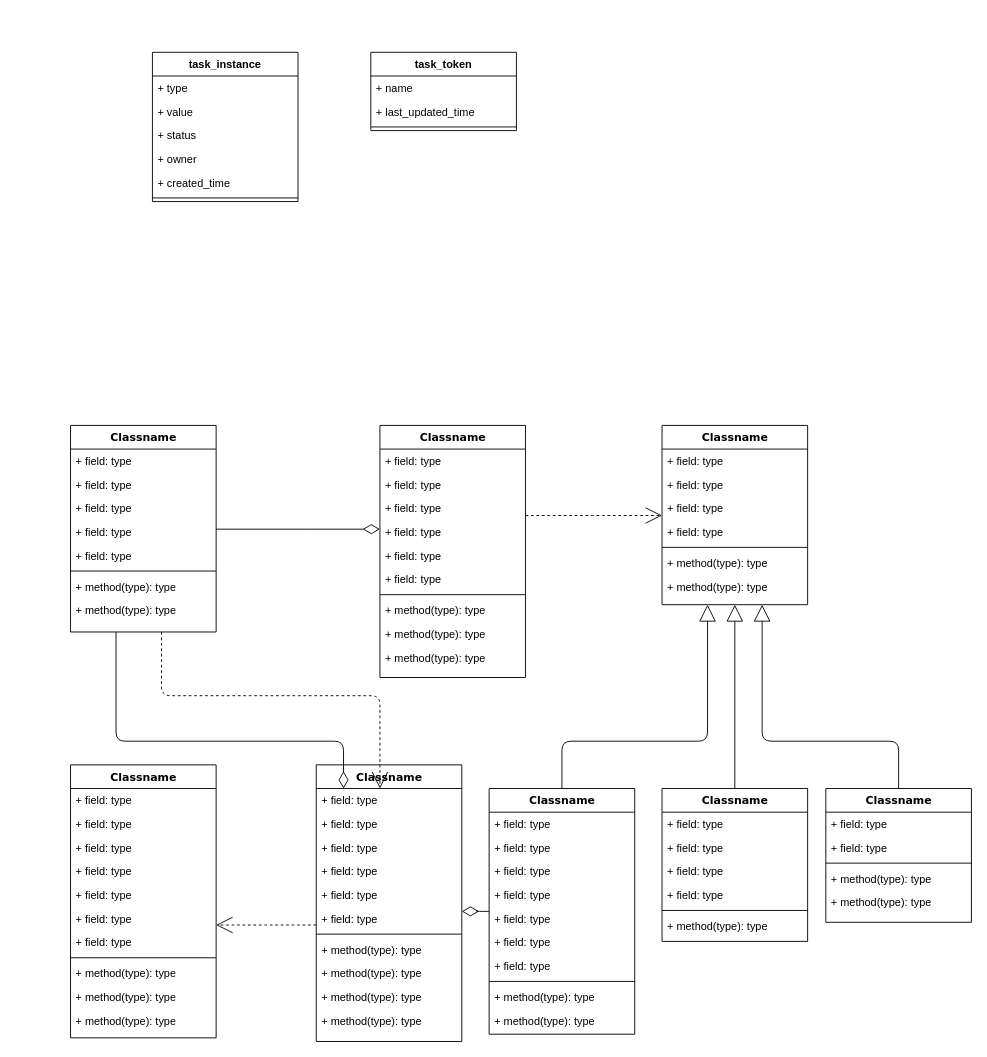
The draw.io diagram job-master/graph/sys_design.drawio in rockwxp/Token-Job-Monitor, before the edit. Source tidied: cells renumbered, new cells numbered last; positions are measured from the earlier drawing's top-left corner, leaving out a move shared by most shapes. Both pictures are drawn from the tidied source at 91%, with x=0, y=0 at pixel (70, 52).
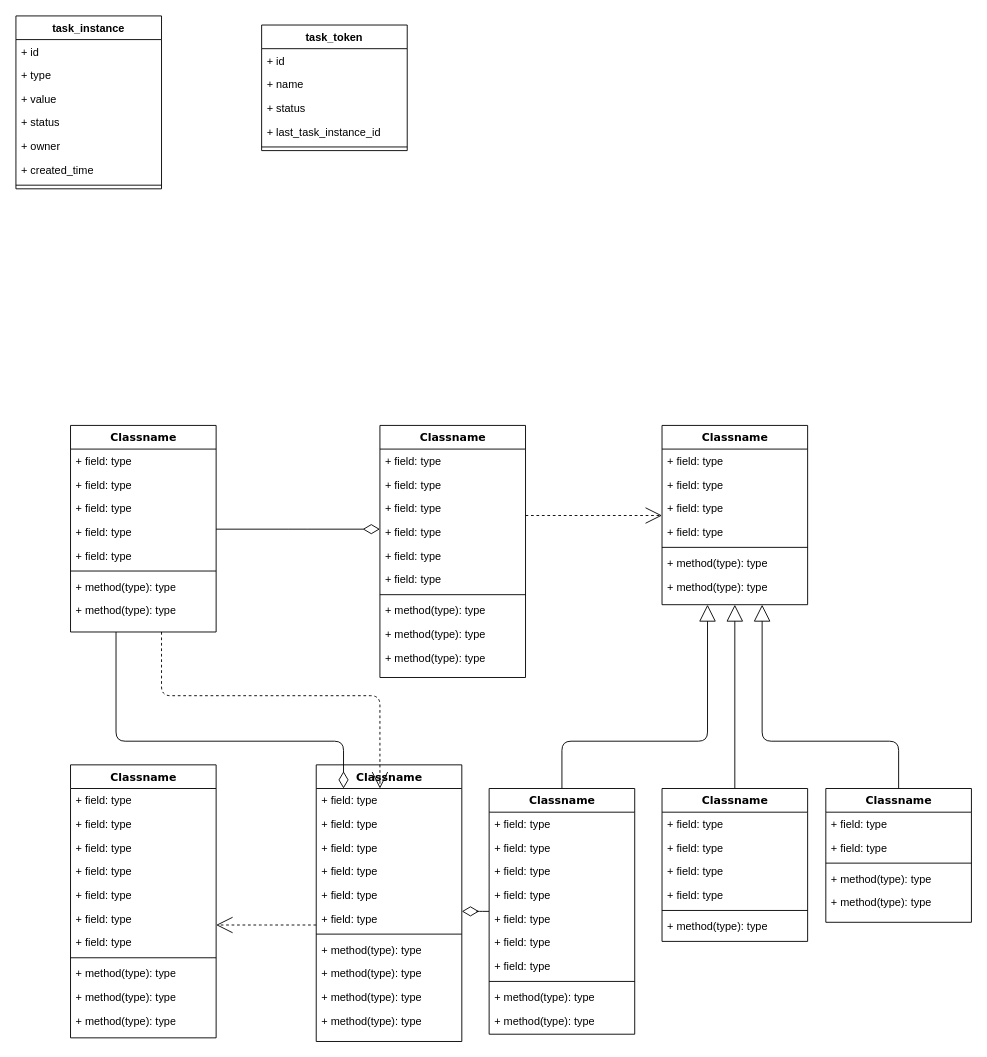
After the change.

Diff of the diagram source:
```diff
@@
     <mxCell id="87" value="task_instance" style="swimlane;fontStyle=1;align=center;verticalAlign=top;horizontal=1;startSize=26;" parent="1" vertex="1">
-      <mxGeometry x="90" width="160" height="164" as="geometry" />
+      <mxGeometry x="-60" y="-40" width="160" height="190" as="geometry" />
     </mxCell>
+    <mxCell id="98" value="+ id" style="text;strokeColor=none;fillColor=none;align=left;verticalAlign=top;spacingLeft=4;spacingRight=4;overflow=hidden;" parent="87" vertex="1">
+      <mxGeometry y="26" width="160" height="26" as="geometry" />
+    </mxCell>
     <mxCell id="88" value="+ type" style="text;strokeColor=none;fillColor=none;align=left;verticalAlign=top;spacingLeft=4;spacingRight=4;overflow=hidden;" parent="87" vertex="1">
-      <mxGeometry y="26" width="160" height="26" as="geometry" />
+      <mxGeometry y="52" width="160" height="26" as="geometry" />
     </mxCell>
     <mxCell id="89" value="+ value" style="text;strokeColor=none;fillColor=none;align=left;verticalAlign=top;spacingLeft=4;spacingRight=4;overflow=hidden;" parent="87" vertex="1">
-      <mxGeometry y="52" width="160" height="26" as="geometry" />
+      <mxGeometry y="78" width="160" height="26" as="geometry" />
     </mxCell>
     <mxCell id="90" value="+ status" style="text;strokeColor=none;fillColor=none;align=left;verticalAlign=top;spacingLeft=4;spacingRight=4;overflow=hidden;" parent="87" vertex="1">
-      <mxGeometry y="78" width="160" height="26" as="geometry" />
+      <mxGeometry y="104" width="160" height="26" as="geometry" />
     </mxCell>
     <mxCell id="91" value="+ owner" style="text;strokeColor=none;fillColor=none;align=left;verticalAlign=top;spacingLeft=4;spacingRight=4;overflow=hidden;" parent="87" vertex="1">
-      <mxGeometry y="104" width="160" height="26" as="geometry" />
+      <mxGeometry y="130" width="160" height="26" as="geometry" />
     </mxCell>
     <mxCell id="92" value="+ created_time" style="text;strokeColor=none;fillColor=none;align=left;verticalAlign=top;spacingLeft=4;spacingRight=4;overflow=hidden;" parent="87" vertex="1">
-      <mxGeometry y="130" width="160" height="26" as="geometry" />
+      <mxGeometry y="156" width="160" height="26" as="geometry" />
     </mxCell>
     <mxCell id="93" style="line;strokeWidth=1;fillColor=none;align=left;verticalAlign=middle;spacingTop=-1;spacingLeft=3;spacingRight=3;labelPosition=right;" parent="87" vertex="1">
-      <mxGeometry y="156" width="160" height="8" as="geometry" />
+      <mxGeometry y="182" width="160" height="8" as="geometry" />
     </mxCell>
     <mxCell id="94" value="task_token" style="swimlane;fontStyle=1;align=center;verticalAlign=top;horizontal=1;startSize=26;" parent="1" vertex="1">
-      <mxGeometry x="330" width="160" height="86" as="geometry" />
+      <mxGeometry x="210" y="-30" width="160" height="138" as="geometry" />
     </mxCell>
+    <mxCell id="99" value="+ id" style="text;strokeColor=none;fillColor=none;align=left;verticalAlign=top;spacingLeft=4;spacingRight=4;overflow=hidden;" parent="94" vertex="1">
+      <mxGeometry y="26" width="160" height="26" as="geometry" />
+    </mxCell>
     <mxCell id="95" value="+ name" style="text;strokeColor=none;fillColor=none;align=left;verticalAlign=top;spacingLeft=4;spacingRight=4;overflow=hidden;" parent="94" vertex="1">
-      <mxGeometry y="26" width="160" height="26" as="geometry" />
+      <mxGeometry y="52" width="160" height="26" as="geometry" />
     </mxCell>
+    <mxCell id="100" value="+ status" style="text;strokeColor=none;fillColor=none;align=left;verticalAlign=top;spacingLeft=4;spacingRight=4;overflow=hidden;" parent="94" vertex="1">
+      <mxGeometry y="78" width="160" height="26" as="geometry" />
+    </mxCell>
-    <mxCell id="96" value="+ last_updated_time" style="text;strokeColor=none;fillColor=none;align=left;verticalAlign=top;spacingLeft=4;spacingRight=4;overflow=hidden;" parent="94" vertex="1">
-      <mxGeometry y="52" width="160" height="26" as="geometry" />
+    <mxCell id="96" value="+ last_task_instance_id" style="text;strokeColor=none;fillColor=none;align=left;verticalAlign=top;spacingLeft=4;spacingRight=4;overflow=hidden;" parent="94" vertex="1">
+      <mxGeometry y="104" width="160" height="26" as="geometry" />
     </mxCell>
     <mxCell id="97" style="line;strokeWidth=1;fillColor=none;align=left;verticalAlign=middle;spacingTop=-1;spacingLeft=3;spacingRight=3;labelPosition=right;" parent="94" vertex="1">
-      <mxGeometry y="78" width="160" height="8" as="geometry" />
+      <mxGeometry y="130" width="160" height="8" as="geometry" />
     </mxCell>
```
